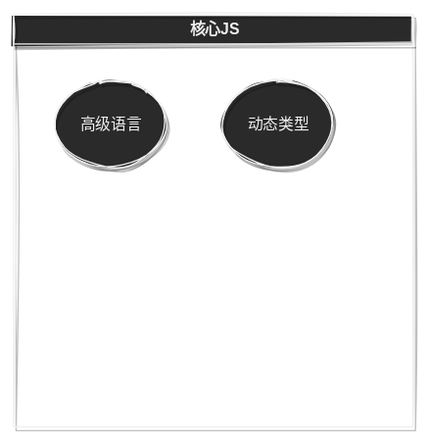
The draw.io diagram 笔记/前端/编程语言/JS/Untitled Diagram.svg in Echo-Yanglulu/obsidianPrivateNote, before a commit. Source tidied: cells renumbered, new cells last; positions are measured from the earlier drawing's top-left corner, leaving out a move shared by most shapes.
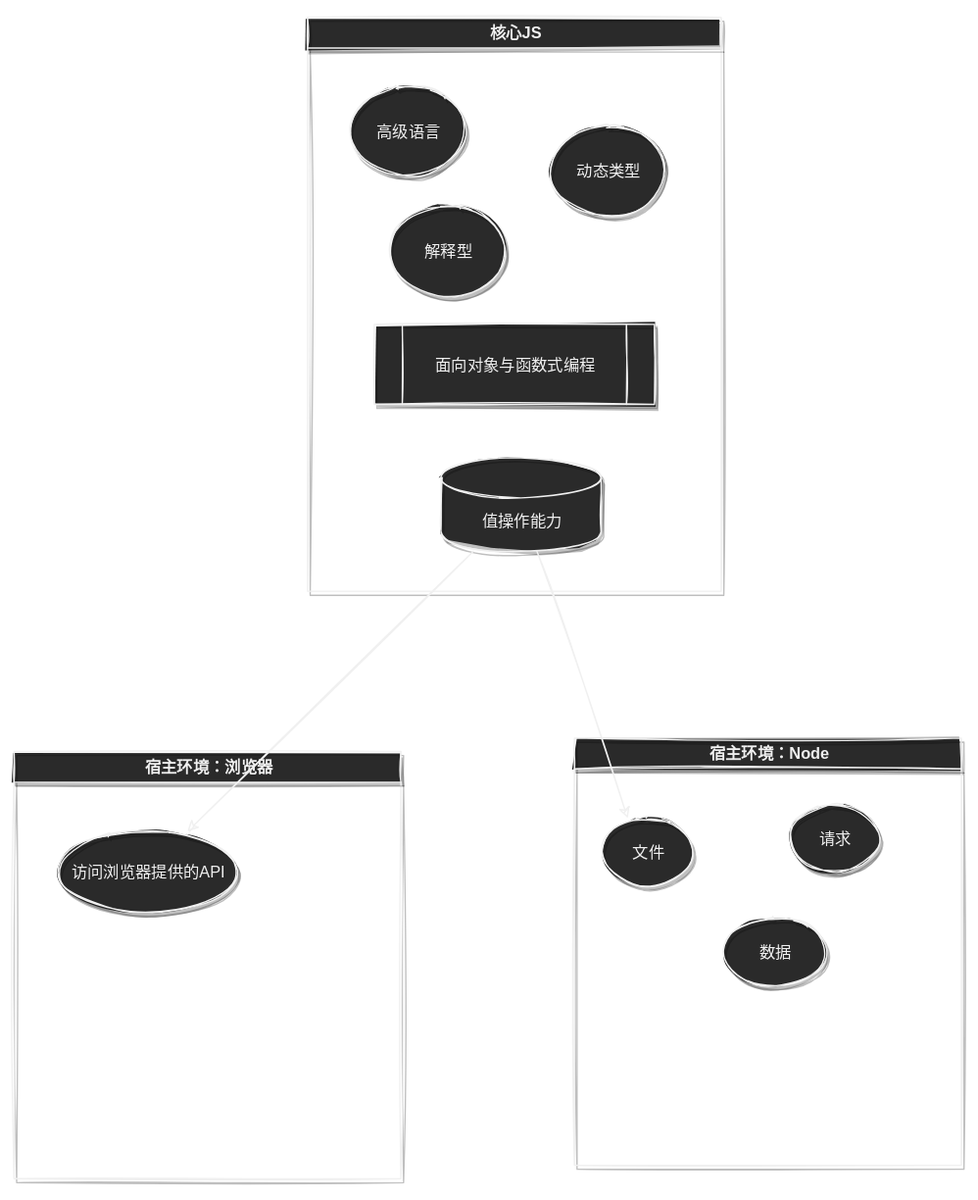
After the change.

The edit, as a diff of the source:
```diff
@@ -3,13 +3,46 @@
     <mxCell id="0" />
     <mxCell id="1" parent="0" />
     <mxCell id="2" value="核心JS" style="swimlane;shadow=1;html=1;" parent="1" vertex="1">
-      <mxGeometry width="310" height="320" as="geometry" />
+      <mxGeometry width="310" height="430" as="geometry" />
     </mxCell>
     <mxCell id="3" value="高级语言" style="ellipse;whiteSpace=wrap;html=1;shadow=1;" parent="2" vertex="1">
       <mxGeometry x="30" y="50" width="90" height="70" as="geometry" />
     </mxCell>
     <mxCell id="4" value="动态类型" style="ellipse;whiteSpace=wrap;html=1;shadow=1;" parent="2" vertex="1">
-      <mxGeometry x="160" y="50" width="90" height="70" as="geometry" />
+      <mxGeometry x="180" y="80" width="90" height="70" as="geometry" />
     </mxCell>
+    <mxCell id="5" value="解释型" style="ellipse;whiteSpace=wrap;html=1;shadow=1;" parent="2" vertex="1">
+      <mxGeometry x="60" y="140" width="90" height="70" as="geometry" />
+    </mxCell>
+    <mxCell id="6" value="面向对象与函数式编程" style="shape=process;whiteSpace=wrap;html=1;backgroundOutline=1;shadow=1;" parent="2" vertex="1">
+      <mxGeometry x="50" y="230" width="210" height="60" as="geometry" />
+    </mxCell>
+    <mxCell id="7" value="值操作能力" style="shape=cylinder3;whiteSpace=wrap;html=1;boundedLbl=1;backgroundOutline=1;size=15;shadow=1;" parent="2" vertex="1">
+      <mxGeometry x="100" y="330" width="120" height="70" as="geometry" />
+    </mxCell>
+    <mxCell id="8" value="宿主环境：浏览器" style="swimlane;shadow=1;html=1;" parent="1" vertex="1">
+      <mxGeometry x="-220" y="550" width="290" height="320" as="geometry" />
+    </mxCell>
+    <mxCell id="9" value="访问浏览器提供的API" style="ellipse;whiteSpace=wrap;html=1;shadow=1;" parent="8" vertex="1">
+      <mxGeometry x="30" y="60" width="140" height="60" as="geometry" />
+    </mxCell>
+    <mxCell id="10" value="宿主环境：Node" style="swimlane;shadow=1;html=1;" parent="1" vertex="1">
+      <mxGeometry x="200" y="540" width="290" height="320" as="geometry" />
+    </mxCell>
+    <mxCell id="11" value="文件" style="ellipse;whiteSpace=wrap;html=1;shadow=1;" parent="10" vertex="1">
+      <mxGeometry x="20" y="60" width="70" height="50" as="geometry" />
+    </mxCell>
+    <mxCell id="12" value="请求" style="ellipse;whiteSpace=wrap;html=1;shadow=1;" parent="10" vertex="1">
+      <mxGeometry x="160" y="50" width="70" height="50" as="geometry" />
+    </mxCell>
+    <mxCell id="13" value="数据" style="ellipse;whiteSpace=wrap;html=1;shadow=1;" parent="10" vertex="1">
+      <mxGeometry x="110" y="135" width="80" height="50" as="geometry" />
+    </mxCell>
+    <mxCell id="14" style="edgeStyle=none;html=1;entryX=0.714;entryY=0;entryDx=0;entryDy=0;entryPerimeter=0;" parent="1" edge="1" source="7" target="9">
+      <mxGeometry relative="1" as="geometry" />
+    </mxCell>
+    <mxCell id="15" style="edgeStyle=none;html=1;entryX=0.286;entryY=0;entryDx=0;entryDy=0;entryPerimeter=0;" parent="1" edge="1" source="7" target="11">
+      <mxGeometry relative="1" as="geometry" />
+    </mxCell>
   </root>
 </mxGraphModel>
```
